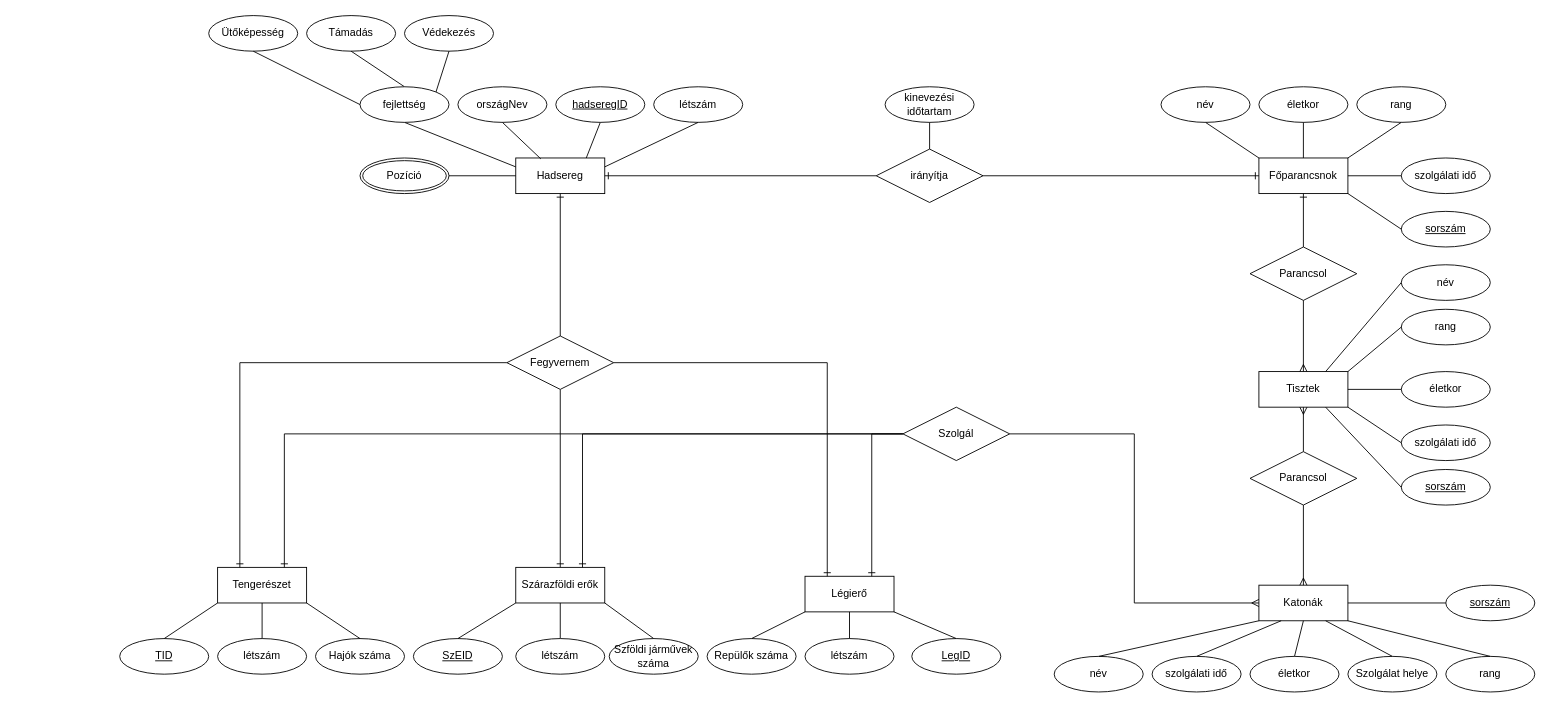
The draw.io diagram DBSemTaskHEPMIU/ERhepmiu.drawio in urbanoliver/HEPMIU_DB1Gyak, before the edit. Source tidied: cells renumbered, new cells numbered last; positions are measured from the earlier drawing's top-left corner, leaving out a move shared by most shapes. Both pictures are drawn from the tidied source at 89%, with x=0, y=0 at pixel (119, 15).
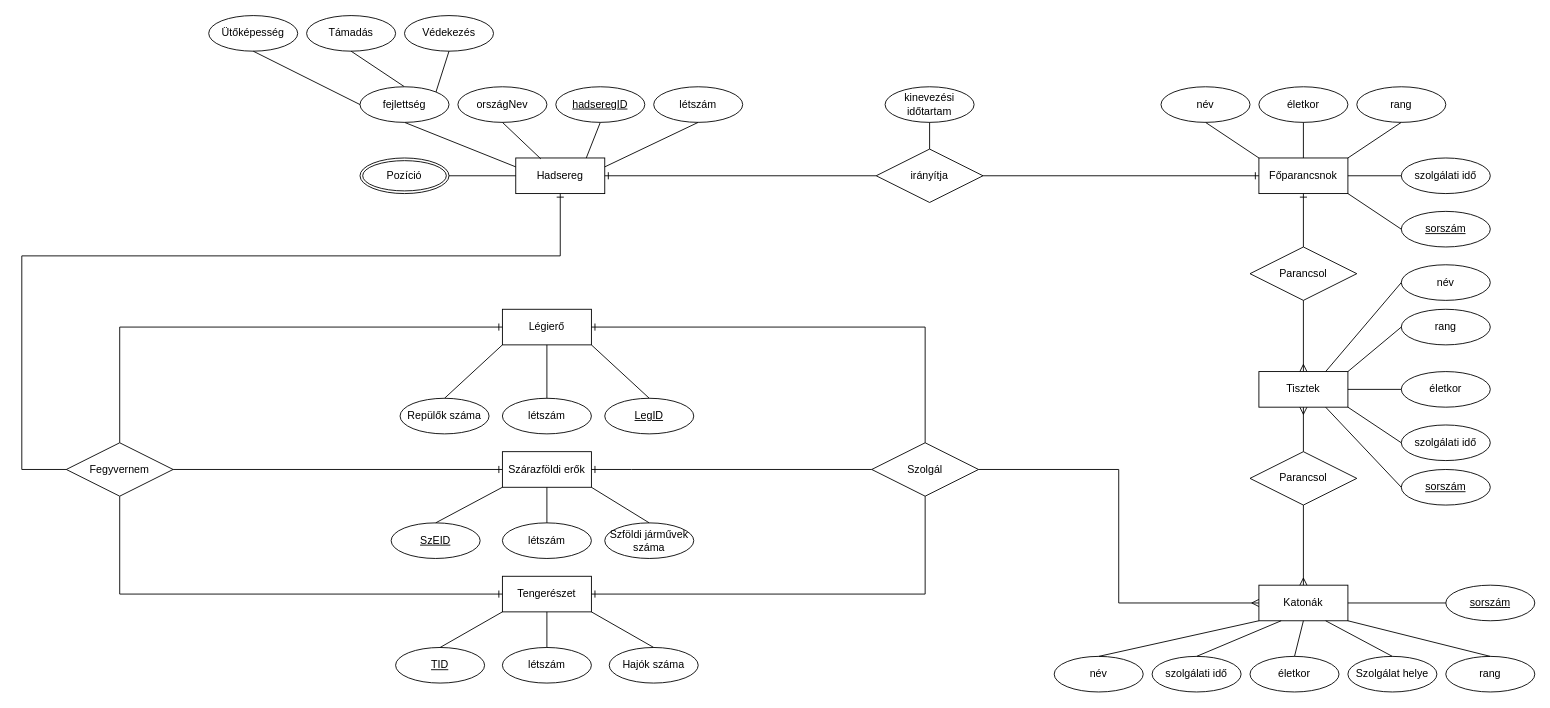
Above is the later version.

Unchanged cells that the change refers to:
```xml
<mxCell id="2" value="Hadsereg" style="whiteSpace=wrap;html=1;align=center;" parent="1" vertex="1">
  <mxGeometry x="445" y="160" width="100" height="40" as="geometry" />
</mxCell>
```

The edit, as a diff of the source:
```diff
@@
-    <mxCell id="5" style="fontSize=12;html=1;endArrow=ERone;endFill=1;rounded=0;entryX=0.5;entryY=0;entryDx=0;entryDy=0;edgeStyle=orthogonalEdgeStyle;exitX=0.5;exitY=1;exitDx=0;exitDy=0;" parent="1" edge="1" source="14" target="6">
+    <mxCell id="5" style="fontSize=12;html=1;endArrow=ERone;endFill=1;rounded=0;entryX=0;entryY=0.5;entryDx=0;entryDy=0;edgeStyle=orthogonalEdgeStyle;exitX=1;exitY=0.5;exitDx=0;exitDy=0;" parent="1" edge="1" source="14" target="6">
       <mxGeometry relative="1" as="geometry" />
     </mxCell>
     <mxCell id="6" value="Szárazföldi erők" style="whiteSpace=wrap;html=1;align=center;" parent="1" vertex="1">
-      <mxGeometry x="445" y="620" width="100" height="40" as="geometry" />
+      <mxGeometry x="430" y="490" width="100" height="40" as="geometry" />
     </mxCell>
     <mxCell id="7" value="Légierő" style="whiteSpace=wrap;html=1;align=center;" parent="1" vertex="1">
-      <mxGeometry x="770" y="630" width="100" height="40" as="geometry" />
+      <mxGeometry x="430" y="330" width="100" height="40" as="geometry" />
     </mxCell>
-    <mxCell id="8" style="edgeStyle=orthogonalEdgeStyle;fontSize=12;html=1;endArrow=ERone;endFill=1;rounded=0;entryX=0.25;entryY=0;entryDx=0;entryDy=0;exitX=1;exitY=0.5;exitDx=0;exitDy=0;" parent="1" edge="1" source="14" target="7">
+    <mxCell id="8" style="edgeStyle=orthogonalEdgeStyle;fontSize=12;html=1;endArrow=ERone;endFill=1;rounded=0;entryX=0;entryY=0.5;entryDx=0;entryDy=0;exitX=0.5;exitY=0;exitDx=0;exitDy=0;" parent="1" edge="1" source="14" target="7">
       <mxGeometry relative="1" as="geometry" />
     </mxCell>
     <mxCell id="9" value="Tengerészet" style="whiteSpace=wrap;html=1;align=center;" parent="1" vertex="1">
-      <mxGeometry x="110" y="620" width="100" height="40" as="geometry" />
+      <mxGeometry x="430" y="630" width="100" height="40" as="geometry" />
     </mxCell>
-    <mxCell id="10" style="edgeStyle=orthogonalEdgeStyle;fontSize=12;html=1;endArrow=ERone;endFill=1;rounded=0;entryX=0.25;entryY=0;entryDx=0;entryDy=0;exitX=0;exitY=0.5;exitDx=0;exitDy=0;" parent="1" edge="1" source="14" target="9">
+    <mxCell id="10" style="edgeStyle=orthogonalEdgeStyle;fontSize=12;html=1;endArrow=ERone;endFill=1;rounded=0;entryX=0;entryY=0.5;entryDx=0;entryDy=0;exitX=0.5;exitY=1;exitDx=0;exitDy=0;" parent="1" edge="1" source="14" target="9">
       <mxGeometry relative="1" as="geometry" />
     </mxCell>
@@
     <mxCell id="14" value="Fegyvernem" style="shape=rhombus;perimeter=rhombusPerimeter;whiteSpace=wrap;html=1;align=center;" parent="1" vertex="1">
-      <mxGeometry x="435" y="360" width="120" height="60" as="geometry" />
+      <mxGeometry x="-60" y="480" width="120" height="60" as="geometry" />
     </mxCell>
-    <mxCell id="15" style="edgeStyle=orthogonalEdgeStyle;fontSize=12;html=1;endArrow=ERone;endFill=1;rounded=0;exitX=0.5;exitY=0;exitDx=0;exitDy=0;entryX=0.5;entryY=1;entryDx=0;entryDy=0;" parent="1" edge="1" source="14" target="2">
-      <mxGeometry relative="1" as="geometry" />
+    <mxCell id="15" style="edgeStyle=orthogonalEdgeStyle;fontSize=12;html=1;endArrow=ERone;endFill=1;rounded=0;entryX=0.5;entryY=1;entryDx=0;entryDy=0;exitX=0;exitY=0.5;exitDx=0;exitDy=0;" parent="1" edge="1" source="14" target="2">
+      <mxGeometry relative="1" as="geometry">
+        <Array as="points">
+          <mxPoint x="-110" y="510" />
+          <mxPoint x="-110" y="270" />
+          <mxPoint x="495" y="270" />
+        </Array>
+      </mxGeometry>
     </mxCell>
@@
     <mxCell id="56" value="SzEID" style="ellipse;whiteSpace=wrap;html=1;align=center;fontStyle=4;" parent="1" vertex="1">
-      <mxGeometry x="330" y="700" width="100" height="40" as="geometry" />
+      <mxGeometry x="305" y="570" width="100" height="40" as="geometry" />
     </mxCell>
     <mxCell id="57" value="LegID" style="ellipse;whiteSpace=wrap;html=1;align=center;fontStyle=4;" parent="1" vertex="1">
-      <mxGeometry x="890" y="700" width="100" height="40" as="geometry" />
+      <mxGeometry x="545" y="430" width="100" height="40" as="geometry" />
     </mxCell>
     <mxCell id="58" value="TID" style="ellipse;whiteSpace=wrap;html=1;align=center;fontStyle=4;" parent="1" vertex="1">
-      <mxGeometry y="700" width="100" height="40" as="geometry" />
+      <mxGeometry x="310" y="710" width="100" height="40" as="geometry" />
     </mxCell>
     <mxCell id="59" value="létszám" style="ellipse;whiteSpace=wrap;html=1;align=center;" parent="1" vertex="1">
-      <mxGeometry x="770" y="700" width="100" height="40" as="geometry" />
+      <mxGeometry x="430" y="430" width="100" height="40" as="geometry" />
     </mxCell>
@@
     <mxCell id="63" value="Repülők száma" style="ellipse;whiteSpace=wrap;html=1;align=center;" parent="1" vertex="1">
-      <mxGeometry x="660" y="700" width="100" height="40" as="geometry" />
+      <mxGeometry x="315" y="430" width="100" height="40" as="geometry" />
     </mxCell>
     <mxCell id="64" value="Szföldi járművek száma" style="ellipse;whiteSpace=wrap;html=1;align=center;" parent="1" vertex="1">
-      <mxGeometry x="550" y="700" width="100" height="40" as="geometry" />
+      <mxGeometry x="545" y="570" width="100" height="40" as="geometry" />
     </mxCell>
     <mxCell id="65" value="Hajók száma" style="ellipse;whiteSpace=wrap;html=1;align=center;" parent="1" vertex="1">
-      <mxGeometry x="220" y="700" width="100" height="40" as="geometry" />
+      <mxGeometry x="550" y="710" width="100" height="40" as="geometry" />
     </mxCell>
@@
     <mxCell id="81" value="Szolgál" style="shape=rhombus;perimeter=rhombusPerimeter;whiteSpace=wrap;html=1;align=center;" parent="1" vertex="1">
-      <mxGeometry x="880" y="440" width="120" height="60" as="geometry" />
+      <mxGeometry x="845" y="480" width="120" height="60" as="geometry" />
     </mxCell>
@@
-    <mxCell id="84" style="edgeStyle=orthogonalEdgeStyle;fontSize=12;html=1;endArrow=ERone;endFill=1;rounded=0;exitX=0;exitY=0.5;exitDx=0;exitDy=0;entryX=0.75;entryY=0;entryDx=0;entryDy=0;" parent="1" edge="1" source="81" target="7">
-      <mxGeometry relative="1" as="geometry" />
+    <mxCell id="84" style="edgeStyle=orthogonalEdgeStyle;fontSize=12;html=1;endArrow=ERone;endFill=1;rounded=0;exitX=0.5;exitY=0;exitDx=0;exitDy=0;entryX=1;entryY=0.5;entryDx=0;entryDy=0;" parent="1" edge="1" source="81" target="7">
+      <mxGeometry relative="1" as="geometry">
+        <Array as="points">
+          <mxPoint x="905" y="350" />
+        </Array>
+      </mxGeometry>
     </mxCell>
-    <mxCell id="85" style="edgeStyle=orthogonalEdgeStyle;fontSize=12;html=1;endArrow=ERone;endFill=1;rounded=0;exitX=0;exitY=0.5;exitDx=0;exitDy=0;entryX=0.75;entryY=0;entryDx=0;entryDy=0;" parent="1" edge="1" source="81" target="6">
-      <mxGeometry relative="1" as="geometry" />
+    <mxCell id="85" style="edgeStyle=orthogonalEdgeStyle;fontSize=12;html=1;endArrow=ERone;endFill=1;rounded=0;exitX=0;exitY=0.5;exitDx=0;exitDy=0;entryX=1;entryY=0.5;entryDx=0;entryDy=0;" parent="1" edge="1" source="81" target="6">
+      <mxGeometry relative="1" as="geometry">
+        <Array as="points">
+          <mxPoint x="575" y="510" />
+          <mxPoint x="575" y="510" />
+        </Array>
+      </mxGeometry>
     </mxCell>
-    <mxCell id="86" style="edgeStyle=orthogonalEdgeStyle;fontSize=12;html=1;endArrow=ERone;endFill=1;rounded=0;exitX=0;exitY=0.5;exitDx=0;exitDy=0;entryX=0.75;entryY=0;entryDx=0;entryDy=0;" parent="1" edge="1" source="81" target="9">
-      <mxGeometry relative="1" as="geometry" />
+    <mxCell id="86" style="edgeStyle=orthogonalEdgeStyle;fontSize=12;html=1;endArrow=ERone;endFill=1;rounded=0;exitX=0.5;exitY=1;exitDx=0;exitDy=0;entryX=1;entryY=0.5;entryDx=0;entryDy=0;" parent="1" edge="1" source="81" target="9">
+      <mxGeometry relative="1" as="geometry">
+        <Array as="points">
+          <mxPoint x="905" y="650" />
+        </Array>
+      </mxGeometry>
     </mxCell>
@@
     <mxCell id="92" value="létszám" style="ellipse;whiteSpace=wrap;html=1;align=center;" parent="1" vertex="1">
-      <mxGeometry x="445" y="700" width="100" height="40" as="geometry" />
+      <mxGeometry x="430" y="570" width="100" height="40" as="geometry" />
     </mxCell>
     <mxCell id="93" value="létszám" style="ellipse;whiteSpace=wrap;html=1;align=center;" parent="1" vertex="1">
-      <mxGeometry x="110" y="700" width="100" height="40" as="geometry" />
+      <mxGeometry x="430" y="710" width="100" height="40" as="geometry" />
     </mxCell>
```
